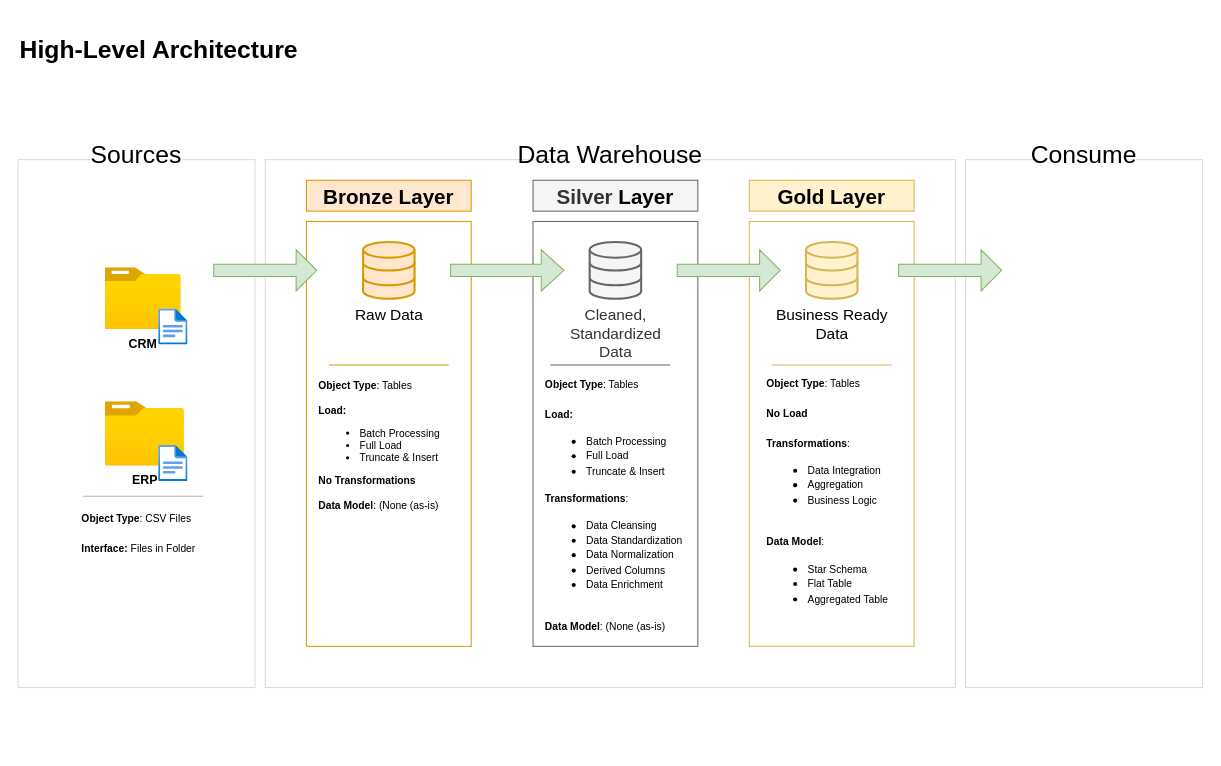
sdsouto/sql-data-warehouse-project keeps this draw.io diagram as images/ArchitectureDiagrams.drawio. Above is the earlier version. Source tidied: cells renumbered, new cells numbered last; positions are measured from the earlier drawing's top-left corner, leaving out a move shared by most shapes. Both pictures are drawn from the tidied source at 103%, with x=0, y=0 at pixel (18, 28). Pictures stored in the file or linked from it are replaced by grey dashed boxes.
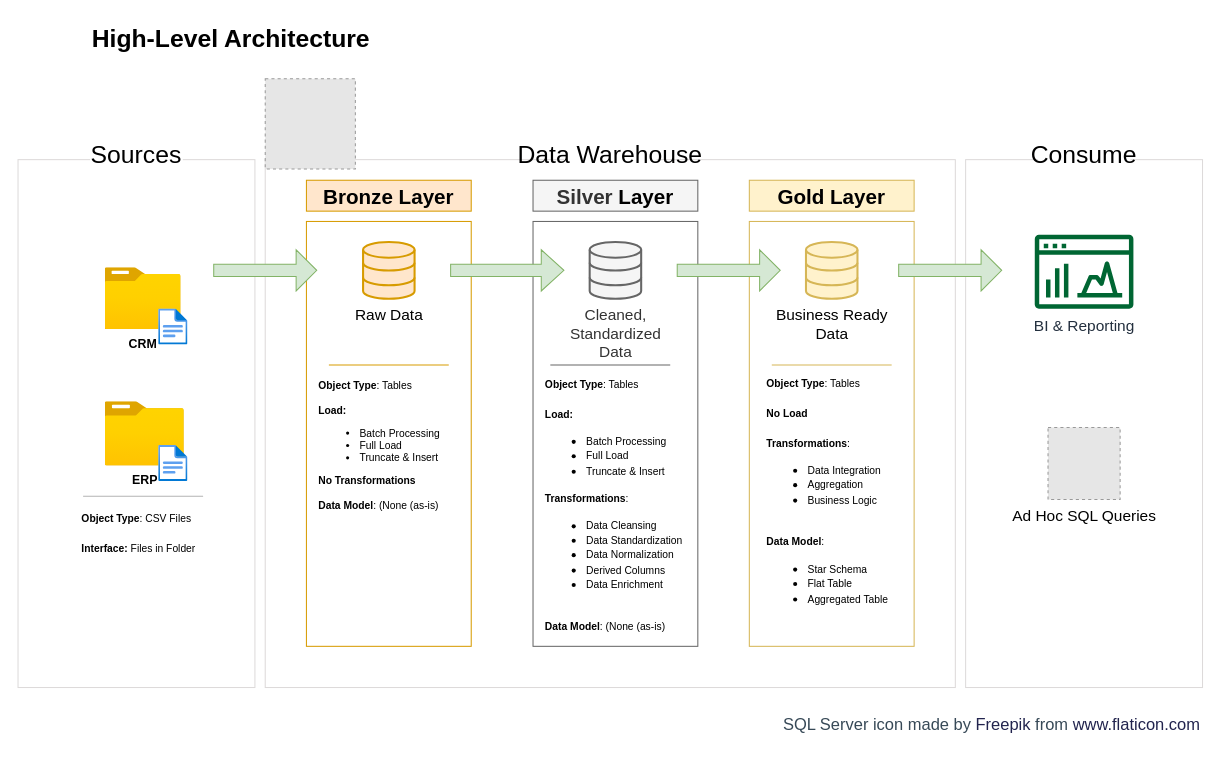
After the change.

What changed in the source:
```diff
@@
     <mxCell id="8" value="&lt;h1 style=&quot;margin-top: 0px;&quot;&gt;High-Level Architecture&lt;/h1&gt;" style="text;html=1;whiteSpace=wrap;overflow=hidden;rounded=0;" parent="1" vertex="1">
-      <mxGeometry width="280" height="40" as="geometry" />
+      <mxGeometry x="70" y="-10" width="280" height="40" as="geometry" />
     </mxCell>
@@
+    <mxCell id="34" style="fillColor=#E6E6E6;strokeColor=#999999;dashed=1;verticalLabelPosition=bottom;labelBackgroundColor=default;verticalAlign=top;" parent="1" vertex="1">
+      <mxGeometry x="240" y="49" width="87.5" height="87.5" as="geometry" />
+    </mxCell>
+    <mxCell id="35" value="&lt;font face=&quot;Helvetica&quot; style=&quot;font-size: 16px;&quot;&gt;&lt;span style=&quot;color: rgb(55, 73, 87); font-style: normal; font-variant-ligatures: normal; font-variant-caps: normal; font-weight: 400; letter-spacing: normal; orphans: 2; text-indent: 0px; text-transform: none; widows: 2; word-spacing: 0px; -webkit-text-stroke-width: 0px; white-space: normal; background-color: rgb(255, 255, 255); text-decoration-thickness: initial; text-decoration-style: initial; text-decoration-color: initial; float: none; display: inline !important;&quot;&gt;SQL Server icon made by&amp;nbsp;&lt;/span&gt;&lt;a style=&quot;box-sizing: border-box; background-color: rgb(255, 255, 255); color: rgb(34, 36, 78); text-decoration: none; transition: color 0.1s linear; cursor: pointer; font-style: normal; font-variant-ligatures: normal; font-variant-caps: normal; font-weight: 400; letter-spacing: normal; orphans: 2; text-indent: 0px; text-transform: none; widows: 2; word-spacing: 0px; -webkit-text-stroke-width: 0px; white-space: normal;&quot; href=&quot;https://www.flaticon.com/authors/freepik&quot; target=&quot;_blank&quot;&gt;Freepik&lt;/a&gt;&lt;span style=&quot;color: rgb(55, 73, 87); font-style: normal; font-variant-ligatures: normal; font-variant-caps: normal; font-weight: 400; letter-spacing: normal; orphans: 2; text-indent: 0px; text-transform: none; widows: 2; word-spacing: 0px; -webkit-text-stroke-width: 0px; white-space: normal; background-color: rgb(255, 255, 255); text-decoration-thickness: initial; text-decoration-style: initial; text-decoration-color: initial; float: none; display: inline !important;&quot;&gt;&amp;nbsp;from&lt;span&gt;&amp;nbsp;&lt;/span&gt;&lt;/span&gt;&lt;a style=&quot;box-sizing: border-box; background-color: rgb(255, 255, 255); color: rgb(34, 36, 78); text-decoration: none; transition: color 0.1s linear; cursor: pointer; font-style: normal; font-variant-ligatures: normal; font-variant-caps: normal; font-weight: 400; letter-spacing: normal; orphans: 2; text-indent: 0px; text-transform: none; widows: 2; word-spacing: 0px; -webkit-text-stroke-width: 0px; white-space: normal;&quot; href=&quot;http://www.flaticon.com/&quot; target=&quot;_blank&quot;&gt;www.flaticon.com&lt;/a&gt;&lt;/font&gt;" style="text;whiteSpace=wrap;html=1;align=right;" parent="1" vertex="1">
+      <mxGeometry x="590" y="660" width="560" height="40" as="geometry" />
+    </mxCell>
+    <mxCell id="36" value="BI &amp;amp; Reporting" style="sketch=0;fontColor=#232F3E;gradientColor=none;fillColor=#006633;strokeColor=none;dashed=0;verticalLabelPosition=bottom;verticalAlign=top;align=center;html=1;fontSize=15;fontStyle=0;shape=mxgraph.aws4.opensearch_dashboards;fillStyle=solid;" parent="1" vertex="1">
+      <mxGeometry x="987.1" y="200" width="95.8" height="72.5" as="geometry" />
+    </mxCell>
+    <mxCell id="37" value="Ad Hoc SQL Queries" style="fillColor=#E6E6E6;strokeColor=#999999;dashed=1;html=1;verticalLabelPosition=bottom;labelBackgroundColor=#ffffff;verticalAlign=top;fontSize=15;" parent="1" vertex="1">
+      <mxGeometry x="1000" y="387.5" width="70" height="70" as="geometry" />
+    </mxCell>
```
